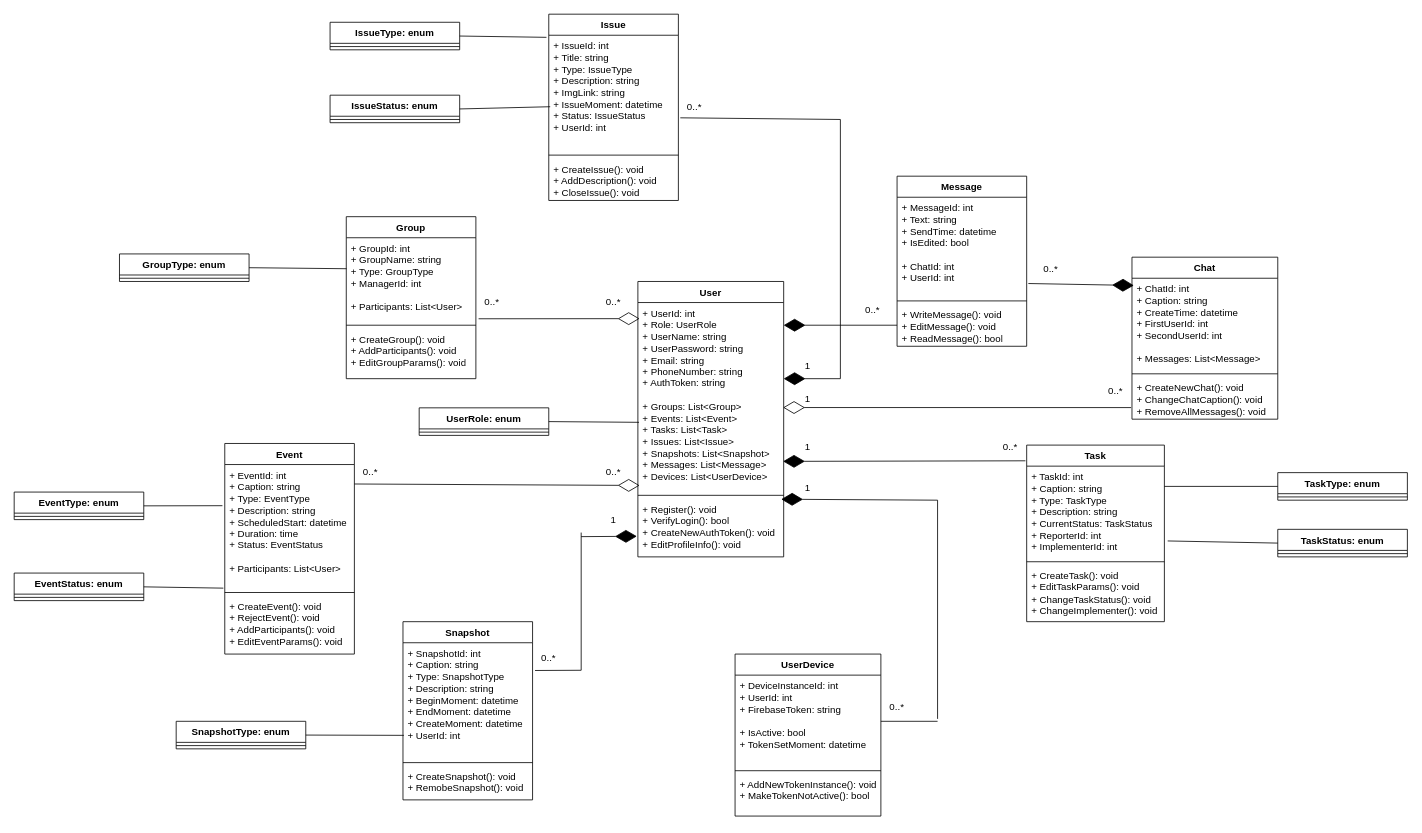
The draw.io diagram Диплом/classes.drawio in Tigeroff2002/Labs, before the edit. Source tidied: cells renumbered, new cells numbered last; positions are measured from the earlier drawing's top-left corner, leaving out a move shared by most shapes. Both pictures are drawn from the tidied source at 81%, with x=0, y=0 at pixel (14, 14).
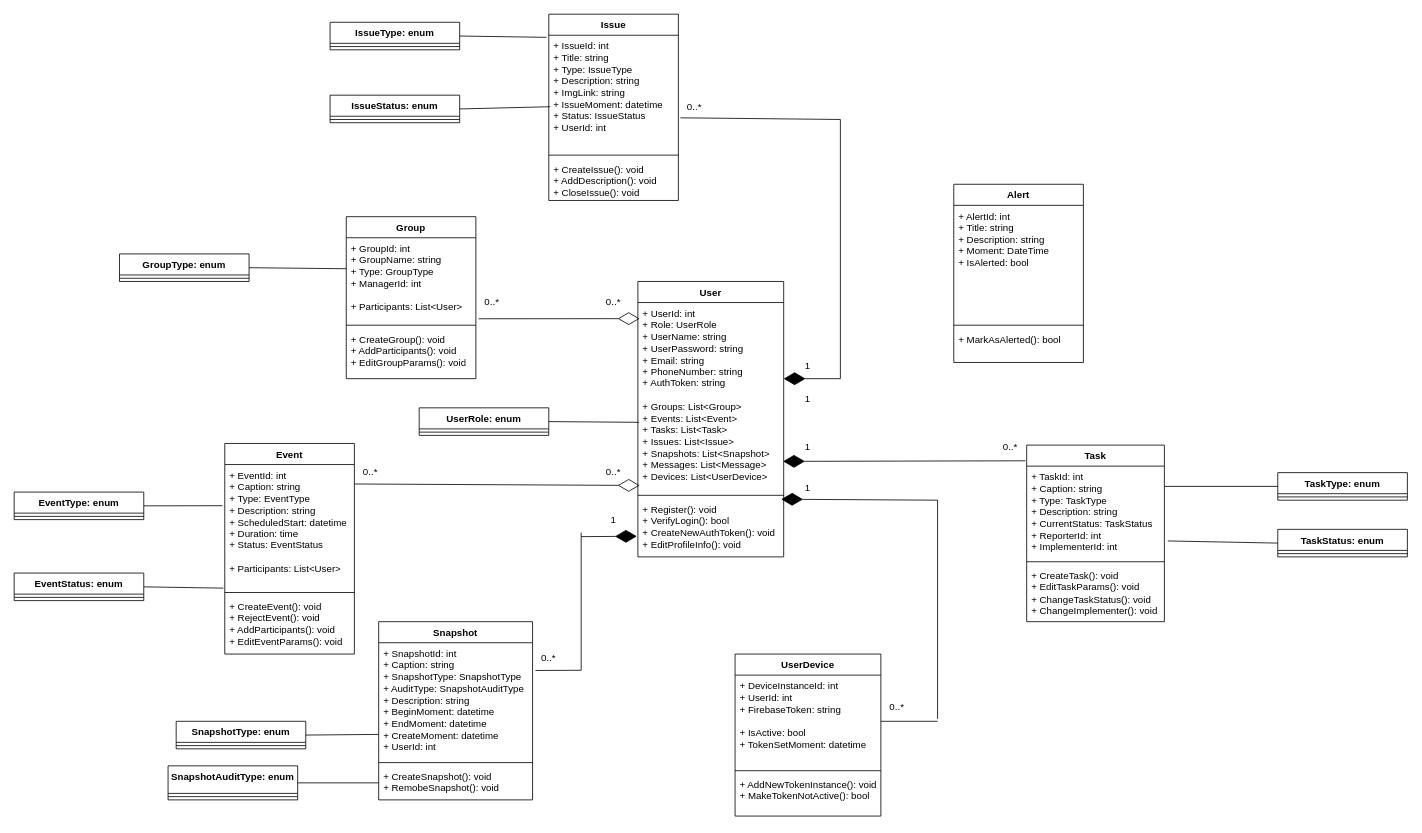
The same page after the edit.

Unchanged cells that the change refers to:
```xml
<mxCell id="3" value="+ UserId: int&lt;br&gt;+ Role: UserRole&lt;br&gt;&lt;div&gt;+ UserName: string&lt;/div&gt;&lt;div&gt;+ UserPassword: string&lt;/div&gt;&lt;div&gt;+ Email: string&lt;/div&gt;&lt;div&gt;+ PhoneNumber: string&lt;/div&gt;&lt;div&gt;+ AuthToken: string&lt;/div&gt;&lt;div&gt;&lt;br&gt;&lt;/div&gt;&lt;div&gt;+ Groups: List&amp;lt;Group&amp;gt;&lt;/div&gt;&lt;div&gt;+ Events: List&amp;lt;Event&amp;gt;&lt;/div&gt;&lt;div&gt;+ Tasks: List&amp;lt;Task&amp;gt;&lt;/div&gt;&lt;div&gt;+ Issues: List&amp;lt;Issue&amp;gt;&lt;/div&gt;&lt;div&gt;+ Snapshots: List&amp;lt;Snapshot&amp;gt;&lt;/div&gt;&lt;div&gt;+ Messages: List&amp;lt;Message&amp;gt;&lt;/div&gt;&lt;div&gt;+ Devices: List&amp;lt;UserDevice&amp;gt;&lt;/div&gt;" style="text;strokeColor=none;fillColor=none;align=left;verticalAlign=top;spacingLeft=4;spacingRight=4;overflow=hidden;points=[[0,0.5],[1,0.5]];portConstraint=eastwest;whiteSpace=wrap;html=1;" parent="2" vertex="1">
  <mxGeometry y="26" width="180" height="234" as="geometry" />
</mxCell>
<mxCell id="75" value="SnapshotType: enum" style="swimlane;fontStyle=1;align=center;verticalAlign=top;horizontal=1;startSize=26;whiteSpace=wrap;html=1;" parent="1" vertex="1">
  <mxGeometry x="200" y="873" width="160" height="34" as="geometry" />
</mxCell>
```

Change to the diagram source:
```diff
@@
     <mxCell id="18" value="Snapshot" style="swimlane;fontStyle=1;align=center;verticalAlign=top;horizontal=1;startSize=26;whiteSpace=wrap;html=1;" parent="1" vertex="1">
-      <mxGeometry x="480" y="750" width="160" height="220" as="geometry" />
+      <mxGeometry x="450" y="750" width="190" height="220" as="geometry" />
     </mxCell>
-    <mxCell id="19" value="+ SnapshotId: int&lt;br&gt;+ Caption: string&lt;br&gt;+ Type: SnapshotType&lt;br&gt;+ Description: string&lt;br&gt;+ BeginMoment: datetime&lt;br&gt;+ EndMoment: datetime&lt;br&gt;+ CreateMoment: datetime&lt;br&gt;+ UserId: int&lt;br&gt;&lt;div&gt;&lt;br/&gt;&lt;/div&gt;" style="text;strokeColor=none;fillColor=none;align=left;verticalAlign=top;spacingLeft=4;spacingRight=4;overflow=hidden;points=[[0,0.5],[1,0.5]];portConstraint=eastwest;whiteSpace=wrap;html=1;" parent="18" vertex="1">
-      <mxGeometry y="26" width="160" height="144" as="geometry" />
+    <mxCell id="19" value="+ SnapshotId: int&lt;br&gt;+ Caption: string&lt;br&gt;+ SnapshotType: SnapshotType&lt;div&gt;+ AuditType: SnapshotAuditType&lt;br&gt;+ Description: string&lt;br&gt;+ BeginMoment: datetime&lt;br&gt;+ EndMoment: datetime&lt;br&gt;+ CreateMoment: datetime&lt;br&gt;+ UserId: int&lt;br&gt;&lt;div&gt;&lt;br&gt;&lt;/div&gt;&lt;/div&gt;" style="text;strokeColor=none;fillColor=none;align=left;verticalAlign=top;spacingLeft=4;spacingRight=4;overflow=hidden;points=[[0,0.5],[1,0.5]];portConstraint=eastwest;whiteSpace=wrap;html=1;" parent="18" vertex="1">
+      <mxGeometry y="26" width="190" height="144" as="geometry" />
     </mxCell>
     <mxCell id="20" style="line;strokeWidth=1;fillColor=none;align=left;verticalAlign=middle;spacingTop=-1;spacingLeft=3;spacingRight=3;labelPosition=right;strokeColor=inherit;" parent="18" vertex="1">
-      <mxGeometry y="170" width="160" height="8" as="geometry" />
+      <mxGeometry y="170" width="190" height="8" as="geometry" />
     </mxCell>
     <mxCell id="21" value="+ CreateSnapshot(): void&lt;br&gt;+ RemobeSnapshot(): void" style="text;strokeColor=none;fillColor=none;align=left;verticalAlign=top;spacingLeft=4;spacingRight=4;overflow=hidden;points=[[0,0.5],[1,0.5]];portConstraint=eastwest;whiteSpace=wrap;html=1;" parent="18" vertex="1">
-      <mxGeometry y="178" width="160" height="42" as="geometry" />
+      <mxGeometry y="178" width="190" height="42" as="geometry" />
     </mxCell>
@@
-    <mxCell id="26" value="Message" style="swimlane;fontStyle=1;align=center;verticalAlign=top;horizontal=1;startSize=26;whiteSpace=wrap;html=1;" parent="1" vertex="1">
-      <mxGeometry x="1090" y="200" width="160" height="210" as="geometry" />
-    </mxCell>
-    <mxCell id="27" value="+ MessageId: int&lt;br&gt;+ Text: string&lt;br&gt;+ SendTime: datetime&lt;br&gt;+ IsEdited: bool&lt;br&gt;&lt;br&gt;+ ChatId: int&lt;br&gt;+ UserId: int&lt;br&gt;&lt;div&gt;&lt;br&gt;&lt;/div&gt;" style="text;strokeColor=none;fillColor=none;align=left;verticalAlign=top;spacingLeft=4;spacingRight=4;overflow=hidden;points=[[0,0.5],[1,0.5]];portConstraint=eastwest;whiteSpace=wrap;html=1;" parent="26" vertex="1">
-      <mxGeometry y="26" width="160" height="124" as="geometry" />
-    </mxCell>
-    <mxCell id="28" style="line;strokeWidth=1;fillColor=none;align=left;verticalAlign=middle;spacingTop=-1;spacingLeft=3;spacingRight=3;labelPosition=right;strokeColor=inherit;" parent="26" vertex="1">
-      <mxGeometry y="150" width="160" height="8" as="geometry" />
-    </mxCell>
-    <mxCell id="29" value="+ WriteMessage(): void&lt;br&gt;+ EditMessage(): void&lt;br&gt;+ ReadMessage(): bool" style="text;strokeColor=none;fillColor=none;align=left;verticalAlign=top;spacingLeft=4;spacingRight=4;overflow=hidden;points=[[0,0.5],[1,0.5]];portConstraint=eastwest;whiteSpace=wrap;html=1;" parent="26" vertex="1">
-      <mxGeometry y="158" width="160" height="52" as="geometry" />
-    </mxCell>
-    <mxCell id="30" value="Chat" style="swimlane;fontStyle=1;align=center;verticalAlign=top;horizontal=1;startSize=26;whiteSpace=wrap;html=1;" parent="1" vertex="1">
-      <mxGeometry x="1380" y="300" width="180" height="200" as="geometry" />
-    </mxCell>
-    <mxCell id="31" value="+ ChatId: int&lt;br&gt;+ Caption: string&lt;br&gt;+ CreateTime: datetime&lt;br&gt;+ FirstUserId: int&lt;br&gt;+ SecondUserId: int&lt;br&gt;&lt;br&gt;+ Messages: List&amp;lt;Message&amp;gt;" style="text;strokeColor=none;fillColor=none;align=left;verticalAlign=top;spacingLeft=4;spacingRight=4;overflow=hidden;points=[[0,0.5],[1,0.5]];portConstraint=eastwest;whiteSpace=wrap;html=1;" parent="30" vertex="1">
-      <mxGeometry y="26" width="180" height="114" as="geometry" />
-    </mxCell>
-    <mxCell id="32" style="line;strokeWidth=1;fillColor=none;align=left;verticalAlign=middle;spacingTop=-1;spacingLeft=3;spacingRight=3;labelPosition=right;strokeColor=inherit;" parent="30" vertex="1">
-      <mxGeometry y="140" width="180" height="8" as="geometry" />
-    </mxCell>
-    <mxCell id="33" value="+ CreateNewChat(): void&lt;br&gt;+ ChangeChatCaption(): void&lt;br&gt;+ RemoveAllMessages(): void" style="text;strokeColor=none;fillColor=none;align=left;verticalAlign=top;spacingLeft=4;spacingRight=4;overflow=hidden;points=[[0,0.5],[1,0.5]];portConstraint=eastwest;whiteSpace=wrap;html=1;" parent="30" vertex="1">
-      <mxGeometry y="148" width="180" height="52" as="geometry" />
-    </mxCell>
@@
-    <mxCell id="47" style="endArrow=diamondThin;endFill=1;endSize=24;html=1;rounded=0;exitX=0;exitY=0.5;exitDx=0;exitDy=0;" parent="1" edge="1" source="29">
-      <mxGeometry relative="1" as="geometry">
-        <mxPoint x="950" y="384" as="targetPoint" />
-      </mxGeometry>
-    </mxCell>
@@
-    <mxCell id="51" style="endArrow=diamondThin;endFill=0;endSize=24;html=1;rounded=0;entryX=0.996;entryY=0.554;entryDx=0;entryDy=0;entryPerimeter=0;exitX=-0.006;exitY=0.725;exitDx=0;exitDy=0;exitPerimeter=0;" parent="1" edge="1" source="33" target="3">
-      <mxGeometry relative="1" as="geometry" />
-    </mxCell>
-    <mxCell id="52" style="endArrow=diamondThin;endFill=1;endSize=24;html=1;rounded=0;exitX=1.013;exitY=0.859;exitDx=0;exitDy=0;exitPerimeter=0;entryX=0.013;entryY=0.078;entryDx=0;entryDy=0;entryPerimeter=0;" parent="1" edge="1" source="27" target="31">
-      <mxGeometry relative="1" as="geometry" />
-    </mxCell>
@@
-    <mxCell id="60" value="0..*" style="text;html=1;align=center;verticalAlign=middle;whiteSpace=wrap;rounded=0;" parent="1" vertex="1">
-      <mxGeometry x="1330" y="450" width="60" height="30" as="geometry" />
-    </mxCell>
-    <mxCell id="61" value="0..*" style="text;html=1;align=center;verticalAlign=middle;whiteSpace=wrap;rounded=0;" parent="1" vertex="1">
-      <mxGeometry x="1250" y="300" width="60" height="30" as="geometry" />
-    </mxCell>
-    <mxCell id="62" value="0..*" style="text;html=1;align=center;verticalAlign=middle;whiteSpace=wrap;rounded=0;" parent="1" vertex="1">
-      <mxGeometry x="1030" y="350" width="60" height="30" as="geometry" />
-    </mxCell>
@@
-    <mxCell id="90" style="endArrow=none;html=1;rounded=0;exitX=1;exitY=0.5;exitDx=0;exitDy=0;entryX=0.007;entryY=0.794;entryDx=0;entryDy=0;entryPerimeter=0;" parent="1" edge="1" source="75" target="19">
+    <mxCell id="90" style="endArrow=none;html=1;rounded=0;exitX=1;exitY=0.5;exitDx=0;exitDy=0;entryX=0;entryY=0.786;entryDx=0;entryDy=0;entryPerimeter=0;" parent="1" edge="1" source="75" target="19">
       <mxGeometry relative="1" as="geometry" />
     </mxCell>
@@
+    <mxCell id="96" value="Alert" style="swimlane;fontStyle=1;align=center;verticalAlign=top;horizontal=1;startSize=26;whiteSpace=wrap;html=1;" parent="1" vertex="1">
+      <mxGeometry x="1160" y="210" width="160" height="220" as="geometry" />
+    </mxCell>
+    <mxCell id="97" value="&lt;div&gt;+ AlertId: int&lt;/div&gt;&lt;div&gt;+ Title: string&lt;/div&gt;&lt;div&gt;+ Description: string&lt;/div&gt;&lt;div&gt;+ Moment: DateTime&lt;/div&gt;&lt;div&gt;+ IsAlerted: bool&lt;/div&gt;" style="text;strokeColor=none;fillColor=none;align=left;verticalAlign=top;spacingLeft=4;spacingRight=4;overflow=hidden;whiteSpace=wrap;html=1;" parent="96" vertex="1">
+      <mxGeometry y="26" width="160" height="144" as="geometry" />
+    </mxCell>
+    <mxCell id="98" style="line;strokeWidth=1;fillColor=none;align=left;verticalAlign=middle;spacingTop=-1;spacingLeft=3;spacingRight=3;labelPosition=right;strokeColor=inherit;" parent="96" vertex="1">
+      <mxGeometry y="170" width="160" height="8" as="geometry" />
+    </mxCell>
+    <mxCell id="99" value="+ MarkAsAlerted(): bool" style="text;strokeColor=none;fillColor=none;align=left;verticalAlign=top;spacingLeft=4;spacingRight=4;overflow=hidden;whiteSpace=wrap;html=1;" parent="96" vertex="1">
+      <mxGeometry y="178" width="160" height="42" as="geometry" />
+    </mxCell>
+    <mxCell id="100" value="SnapshotAuditType: enum" style="swimlane;fontStyle=1;align=center;verticalAlign=top;horizontal=1;startSize=34;whiteSpace=wrap;html=1;" parent="1" vertex="1">
+      <mxGeometry x="190" y="928" width="160" height="42" as="geometry" />
+    </mxCell>
+    <mxCell id="101" style="line;strokeWidth=1;fillColor=none;align=left;verticalAlign=middle;spacingTop=-1;spacingLeft=3;spacingRight=3;labelPosition=right;strokeColor=inherit;" parent="100" vertex="1">
+      <mxGeometry y="34" width="160" height="8" as="geometry" />
+    </mxCell>
+    <mxCell id="102" style="endArrow=none;html=1;rounded=0;exitX=1;exitY=0.5;exitDx=0;exitDy=0;entryX=0;entryY=0.5;entryDx=0;entryDy=0;" parent="1" edge="1" source="100" target="21">
+      <mxGeometry relative="1" as="geometry" />
+    </mxCell>
```
